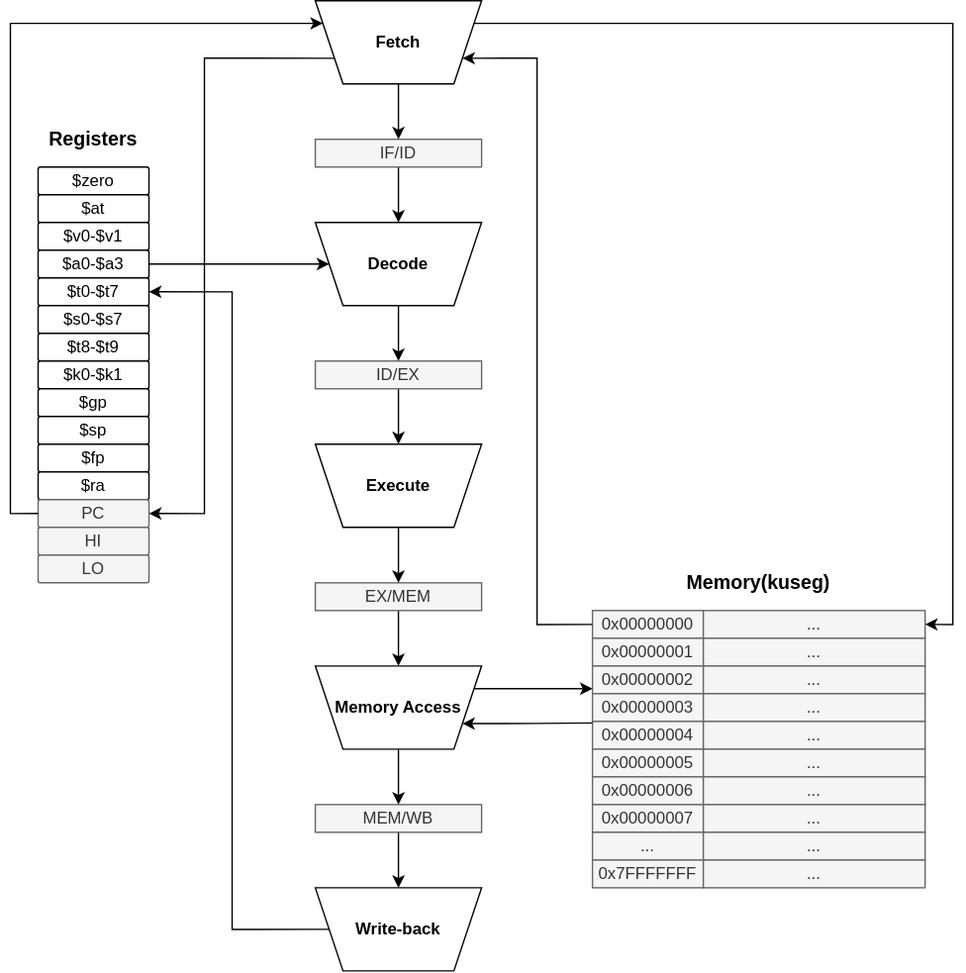
Before: MIPS-vm-v2.0/CPU.drawio.svg, a diagram exported from draw.io (mradrianhh/MIPS-vm). Source tidied: cells renumbered, new cells last; positions are measured from the earlier drawing's top-left corner, leaving out a move shared by most shapes. Its diagram source:
```xml
<mxGraphModel>
  <root>
    <mxCell id="0" />
    <mxCell id="1" parent="0" />
    <mxCell id="2" style="group;" parent="1" vertex="1">
      <mxGeometry x="400" y="400" width="240" height="240" as="geometry" />
    </mxCell>
    <mxCell id="3" style="group;" parent="2" vertex="1">
      <mxGeometry y="40" width="240" height="20" as="geometry" />
    </mxCell>
    <mxCell id="4" value="0x00000000" style="rounded=0;whiteSpace=wrap;html=1;fillColor=#f5f5f5;fontColor=#333333;strokeColor=#666666;" parent="3" vertex="1">
      <mxGeometry width="80" height="20" as="geometry" />
    </mxCell>
    <mxCell id="5" value="..." style="rounded=0;whiteSpace=wrap;html=1;fillColor=#f5f5f5;fontColor=#333333;strokeColor=#666666;" parent="3" vertex="1">
      <mxGeometry x="80" width="160" height="20" as="geometry" />
    </mxCell>
    <mxCell id="6" style="group;" parent="2" vertex="1">
      <mxGeometry y="60" width="240" height="20" as="geometry" />
    </mxCell>
    <mxCell id="7" value="0x00000001" style="rounded=0;whiteSpace=wrap;html=1;fillColor=#f5f5f5;fontColor=#333333;strokeColor=#666666;" parent="6" vertex="1">
      <mxGeometry width="80" height="20" as="geometry" />
    </mxCell>
    <mxCell id="8" value="..." style="rounded=0;whiteSpace=wrap;html=1;fillColor=#f5f5f5;fontColor=#333333;strokeColor=#666666;" parent="6" vertex="1">
      <mxGeometry x="80" width="160" height="20" as="geometry" />
    </mxCell>
    <mxCell id="9" style="group;" parent="2" vertex="1">
      <mxGeometry y="80" width="240" height="20" as="geometry" />
    </mxCell>
    <mxCell id="10" value="0x00000002" style="rounded=0;whiteSpace=wrap;html=1;fillColor=#f5f5f5;fontColor=#333333;strokeColor=#666666;" parent="9" vertex="1">
      <mxGeometry width="80" height="20" as="geometry" />
    </mxCell>
    <mxCell id="11" value="..." style="rounded=0;whiteSpace=wrap;html=1;fillColor=#f5f5f5;fontColor=#333333;strokeColor=#666666;" parent="9" vertex="1">
      <mxGeometry x="80" width="160" height="20" as="geometry" />
    </mxCell>
    <mxCell id="12" style="group;" parent="2" vertex="1">
      <mxGeometry y="100" width="240" height="20" as="geometry" />
    </mxCell>
    <mxCell id="13" value="0x00000003" style="rounded=0;whiteSpace=wrap;html=1;fillColor=#f5f5f5;fontColor=#333333;strokeColor=#666666;" parent="12" vertex="1">
      <mxGeometry width="80" height="20" as="geometry" />
    </mxCell>
    <mxCell id="14" value="..." style="rounded=0;whiteSpace=wrap;html=1;fillColor=#f5f5f5;fontColor=#333333;strokeColor=#666666;" parent="12" vertex="1">
      <mxGeometry x="80" width="160" height="20" as="geometry" />
    </mxCell>
    <mxCell id="15" style="group;" parent="2" vertex="1">
      <mxGeometry y="120" width="240" height="20" as="geometry" />
    </mxCell>
    <mxCell id="16" value="0x00000004" style="rounded=0;whiteSpace=wrap;html=1;fillColor=#f5f5f5;fontColor=#333333;strokeColor=#666666;" parent="15" vertex="1">
      <mxGeometry width="80" height="20" as="geometry" />
    </mxCell>
    <mxCell id="17" value="..." style="rounded=0;whiteSpace=wrap;html=1;fillColor=#f5f5f5;fontColor=#333333;strokeColor=#666666;" parent="15" vertex="1">
      <mxGeometry x="80" width="160" height="20" as="geometry" />
    </mxCell>
    <mxCell id="18" style="group;" parent="2" vertex="1">
      <mxGeometry y="140" width="240" height="20" as="geometry" />
    </mxCell>
    <mxCell id="19" value="0x00000005" style="rounded=0;whiteSpace=wrap;html=1;fillColor=#f5f5f5;fontColor=#333333;strokeColor=#666666;" parent="18" vertex="1">
      <mxGeometry width="80" height="20" as="geometry" />
    </mxCell>
    <mxCell id="20" value="..." style="rounded=0;whiteSpace=wrap;html=1;fillColor=#f5f5f5;fontColor=#333333;strokeColor=#666666;" parent="18" vertex="1">
      <mxGeometry x="80" width="160" height="20" as="geometry" />
    </mxCell>
    <mxCell id="21" style="group;" parent="2" vertex="1">
      <mxGeometry y="160" width="240" height="20" as="geometry" />
    </mxCell>
    <mxCell id="22" value="0x00000006" style="rounded=0;whiteSpace=wrap;html=1;fillColor=#f5f5f5;fontColor=#333333;strokeColor=#666666;" parent="21" vertex="1">
      <mxGeometry width="80" height="20" as="geometry" />
    </mxCell>
    <mxCell id="23" value="..." style="rounded=0;whiteSpace=wrap;html=1;fillColor=#f5f5f5;fontColor=#333333;strokeColor=#666666;" parent="21" vertex="1">
      <mxGeometry x="80" width="160" height="20" as="geometry" />
    </mxCell>
    <mxCell id="24" style="group;" parent="2" vertex="1">
      <mxGeometry y="180" width="240" height="20" as="geometry" />
    </mxCell>
    <mxCell id="25" value="0x00000007" style="rounded=0;whiteSpace=wrap;html=1;fillColor=#f5f5f5;fontColor=#333333;strokeColor=#666666;" parent="24" vertex="1">
      <mxGeometry width="80" height="20" as="geometry" />
    </mxCell>
    <mxCell id="26" value="..." style="rounded=0;whiteSpace=wrap;html=1;fillColor=#f5f5f5;fontColor=#333333;strokeColor=#666666;" parent="24" vertex="1">
      <mxGeometry x="80" width="160" height="20" as="geometry" />
    </mxCell>
    <mxCell id="27" style="group;" parent="2" vertex="1">
      <mxGeometry y="200" width="240" height="20" as="geometry" />
    </mxCell>
    <mxCell id="28" value="..." style="rounded=0;whiteSpace=wrap;html=1;fillColor=#f5f5f5;fontColor=#333333;strokeColor=#666666;" parent="27" vertex="1">
      <mxGeometry width="80" height="20" as="geometry" />
    </mxCell>
    <mxCell id="29" value="..." style="rounded=0;whiteSpace=wrap;html=1;fillColor=#f5f5f5;fontColor=#333333;strokeColor=#666666;" parent="27" vertex="1">
      <mxGeometry x="80" width="160" height="20" as="geometry" />
    </mxCell>
    <mxCell id="30" style="group;" parent="2" vertex="1">
      <mxGeometry y="220" width="240" height="20" as="geometry" />
    </mxCell>
    <mxCell id="31" value="0x7FFFFFFF" style="rounded=0;whiteSpace=wrap;html=1;fillColor=#f5f5f5;fontColor=#333333;strokeColor=#666666;" parent="30" vertex="1">
      <mxGeometry width="80" height="20" as="geometry" />
    </mxCell>
    <mxCell id="32" value="..." style="rounded=0;whiteSpace=wrap;html=1;fillColor=#f5f5f5;fontColor=#333333;strokeColor=#666666;" parent="30" vertex="1">
      <mxGeometry x="80" width="160" height="20" as="geometry" />
    </mxCell>
    <mxCell id="33" value="&lt;b&gt;&lt;font style=&quot;font-size: 14px;&quot;&gt;Memory(kuseg)&lt;/font&gt;&lt;/b&gt;" style="text;html=1;align=center;verticalAlign=middle;whiteSpace=wrap;rounded=0;" parent="2" vertex="1">
      <mxGeometry width="240" height="40" as="geometry" />
    </mxCell>
    <mxCell id="34" style="group;" parent="1" vertex="1">
      <mxGeometry y="80" width="80" height="340" as="geometry" />
    </mxCell>
    <mxCell id="35" value="$zero" style="rounded=1;whiteSpace=wrap;html=1;arcSize=8;" parent="34" vertex="1">
      <mxGeometry y="40" width="80" height="20" as="geometry" />
    </mxCell>
    <mxCell id="36" value="$at" style="rounded=1;whiteSpace=wrap;html=1;arcSize=8;" parent="34" vertex="1">
      <mxGeometry y="60" width="80" height="20" as="geometry" />
    </mxCell>
    <mxCell id="37" value="$v0-$v1" style="rounded=1;whiteSpace=wrap;html=1;arcSize=8;" parent="34" vertex="1">
      <mxGeometry y="80" width="80" height="20" as="geometry" />
    </mxCell>
    <mxCell id="38" value="$a0-$a3" style="rounded=1;whiteSpace=wrap;html=1;arcSize=8;" parent="34" vertex="1">
      <mxGeometry y="100" width="80" height="20" as="geometry" />
    </mxCell>
    <mxCell id="39" value="$t0-$t7" style="rounded=1;whiteSpace=wrap;html=1;arcSize=8;" parent="34" vertex="1">
      <mxGeometry y="120" width="80" height="20" as="geometry" />
    </mxCell>
    <mxCell id="40" value="$s0-$s7" style="rounded=1;whiteSpace=wrap;html=1;arcSize=8;" parent="34" vertex="1">
      <mxGeometry y="140" width="80" height="20" as="geometry" />
    </mxCell>
    <mxCell id="41" value="$t8-$t9" style="rounded=1;whiteSpace=wrap;html=1;arcSize=8;" parent="34" vertex="1">
      <mxGeometry y="160" width="80" height="20" as="geometry" />
    </mxCell>
    <mxCell id="42" value="$k0-$k1" style="rounded=1;whiteSpace=wrap;html=1;arcSize=8;" parent="34" vertex="1">
      <mxGeometry y="180" width="80" height="20" as="geometry" />
    </mxCell>
    <mxCell id="43" value="$gp" style="rounded=1;whiteSpace=wrap;html=1;arcSize=8;" parent="34" vertex="1">
      <mxGeometry y="200" width="80" height="20" as="geometry" />
    </mxCell>
    <mxCell id="44" value="$sp" style="rounded=1;whiteSpace=wrap;html=1;arcSize=8;" parent="34" vertex="1">
      <mxGeometry y="220" width="80" height="20" as="geometry" />
    </mxCell>
    <mxCell id="45" value="$fp" style="rounded=1;whiteSpace=wrap;html=1;arcSize=8;" parent="34" vertex="1">
      <mxGeometry y="240" width="80" height="20" as="geometry" />
    </mxCell>
    <mxCell id="46" value="$ra" style="rounded=1;whiteSpace=wrap;html=1;arcSize=8;" parent="34" vertex="1">
      <mxGeometry y="260" width="80" height="20" as="geometry" />
    </mxCell>
    <mxCell id="47" value="PC" style="rounded=1;whiteSpace=wrap;html=1;arcSize=8;fillColor=#f5f5f5;fontColor=#333333;strokeColor=#666666;" parent="34" vertex="1">
      <mxGeometry y="280" width="80" height="20" as="geometry" />
    </mxCell>
    <mxCell id="48" value="HI" style="rounded=1;whiteSpace=wrap;html=1;arcSize=8;fillColor=#f5f5f5;fontColor=#333333;strokeColor=#666666;" parent="34" vertex="1">
      <mxGeometry y="300" width="80" height="20" as="geometry" />
    </mxCell>
    <mxCell id="49" value="LO" style="rounded=1;whiteSpace=wrap;html=1;arcSize=8;fillColor=#f5f5f5;fontColor=#333333;strokeColor=#666666;" parent="34" vertex="1">
      <mxGeometry y="320" width="80" height="20" as="geometry" />
    </mxCell>
    <mxCell id="50" value="&lt;b&gt;&lt;font style=&quot;font-size: 14px;&quot;&gt;Registers&lt;/font&gt;&lt;/b&gt;" style="text;html=1;align=center;verticalAlign=middle;whiteSpace=wrap;rounded=0;" parent="34" vertex="1">
      <mxGeometry width="80" height="40" as="geometry" />
    </mxCell>
    <mxCell id="51" style="group;" parent="1" vertex="1">
      <mxGeometry x="200" width="120" height="700" as="geometry" />
    </mxCell>
    <mxCell id="52" style="edgeStyle=orthogonalEdgeStyle;rounded=0;jettySize=auto;html=1;exitX=0.5;exitY=1;exitDx=0;exitDy=0;entryX=0.5;entryY=0;entryDx=0;entryDy=0;" parent="51" edge="1" source="53" target="63">
      <mxGeometry relative="1" as="geometry" />
    </mxCell>
    <mxCell id="53" value="IF/ID" style="rounded=0;whiteSpace=wrap;html=1;fillColor=#f5f5f5;fontColor=#333333;strokeColor=#666666;rotation=0;" parent="51" vertex="1">
      <mxGeometry y="100" width="120" height="20" as="geometry" />
    </mxCell>
    <mxCell id="54" style="edgeStyle=orthogonalEdgeStyle;rounded=0;jettySize=auto;html=1;exitX=0.5;exitY=1;exitDx=0;exitDy=0;entryX=0.5;entryY=0;entryDx=0;entryDy=0;" parent="51" edge="1" source="55" target="65">
      <mxGeometry relative="1" as="geometry" />
    </mxCell>
    <mxCell id="55" value="ID/EX" style="rounded=0;whiteSpace=wrap;html=1;fillColor=#f5f5f5;fontColor=#333333;strokeColor=#666666;rotation=0;" parent="51" vertex="1">
      <mxGeometry y="260" width="120" height="20" as="geometry" />
    </mxCell>
    <mxCell id="56" style="edgeStyle=orthogonalEdgeStyle;rounded=0;jettySize=auto;html=1;exitX=0.5;exitY=1;exitDx=0;exitDy=0;entryX=0.5;entryY=0;entryDx=0;entryDy=0;" parent="51" edge="1" source="57" target="69">
      <mxGeometry relative="1" as="geometry" />
    </mxCell>
    <mxCell id="57" value="EX/MEM" style="rounded=0;whiteSpace=wrap;html=1;fillColor=#f5f5f5;fontColor=#333333;strokeColor=#666666;rotation=0;" parent="51" vertex="1">
      <mxGeometry y="420" width="120" height="20" as="geometry" />
    </mxCell>
    <mxCell id="58" style="edgeStyle=orthogonalEdgeStyle;rounded=0;jettySize=auto;html=1;exitX=0.5;exitY=1;exitDx=0;exitDy=0;entryX=0.5;entryY=0;entryDx=0;entryDy=0;" parent="51" edge="1" source="59" target="70">
      <mxGeometry relative="1" as="geometry" />
    </mxCell>
    <mxCell id="59" value="MEM/WB" style="rounded=0;whiteSpace=wrap;html=1;fillColor=#f5f5f5;fontColor=#333333;strokeColor=#666666;rotation=0;" parent="51" vertex="1">
      <mxGeometry y="580" width="120" height="20" as="geometry" />
    </mxCell>
    <mxCell id="60" style="edgeStyle=orthogonalEdgeStyle;rounded=0;jettySize=auto;html=1;exitX=0.5;exitY=1;exitDx=0;exitDy=0;entryX=0.5;entryY=0;entryDx=0;entryDy=0;" parent="51" edge="1" source="61" target="53">
      <mxGeometry relative="1" as="geometry" />
    </mxCell>
    <mxCell id="61" value="&lt;b&gt;Fetch&lt;/b&gt;" style="shape=trapezoid;perimeter=trapezoidPerimeter;whiteSpace=wrap;html=1;fixedSize=1;flipV=1;" parent="51" vertex="1">
      <mxGeometry width="120" height="60" as="geometry" />
    </mxCell>
    <mxCell id="62" style="edgeStyle=orthogonalEdgeStyle;rounded=0;jettySize=auto;html=1;exitX=0.5;exitY=1;exitDx=0;exitDy=0;entryX=0.5;entryY=0;entryDx=0;entryDy=0;" parent="51" edge="1" source="63" target="55">
      <mxGeometry relative="1" as="geometry" />
    </mxCell>
    <mxCell id="63" value="&lt;b&gt;Decode&lt;/b&gt;" style="shape=trapezoid;perimeter=trapezoidPerimeter;whiteSpace=wrap;html=1;fixedSize=1;flipV=1;" parent="51" vertex="1">
      <mxGeometry y="160" width="120" height="60" as="geometry" />
    </mxCell>
    <mxCell id="64" style="edgeStyle=orthogonalEdgeStyle;rounded=0;jettySize=auto;html=1;exitX=0.5;exitY=1;exitDx=0;exitDy=0;entryX=0.5;entryY=0;entryDx=0;entryDy=0;" parent="51" edge="1" source="65" target="57">
      <mxGeometry relative="1" as="geometry" />
    </mxCell>
    <mxCell id="65" value="&lt;b&gt;Execute&lt;/b&gt;" style="shape=trapezoid;perimeter=trapezoidPerimeter;whiteSpace=wrap;html=1;fixedSize=1;flipV=1;" parent="51" vertex="1">
      <mxGeometry y="320" width="120" height="60" as="geometry" />
    </mxCell>
    <mxCell id="66" style="edgeStyle=orthogonalEdgeStyle;rounded=0;jettySize=auto;html=1;exitX=0.5;exitY=1;exitDx=0;exitDy=0;entryX=0.5;entryY=0;entryDx=0;entryDy=0;" parent="51" edge="1" source="69" target="59">
      <mxGeometry relative="1" as="geometry" />
    </mxCell>
    <mxCell id="67" style="edgeStyle=orthogonalEdgeStyle;rounded=0;jettySize=auto;html=1;exitX=1;exitY=0.25;exitDx=0;exitDy=0;" parent="51" edge="1" source="69">
      <mxGeometry relative="1" as="geometry">
        <mxPoint x="200" y="496.4" as="targetPoint" />
      </mxGeometry>
    </mxCell>
    <mxCell id="68" style="edgeStyle=orthogonalEdgeStyle;rounded=0;jettySize=auto;html=1;exitX=1;exitY=0.75;exitDx=0;exitDy=0;startArrow=classic;startFill=1;endArrow=none;endFill=0;" parent="51" edge="1" source="69">
      <mxGeometry relative="1" as="geometry">
        <mxPoint x="200" y="521.1" as="targetPoint" />
      </mxGeometry>
    </mxCell>
    <mxCell id="69" value="&lt;b&gt;Memory Access&lt;/b&gt;" style="shape=trapezoid;perimeter=trapezoidPerimeter;whiteSpace=wrap;html=1;fixedSize=1;flipV=1;" parent="51" vertex="1">
      <mxGeometry y="480" width="120" height="60" as="geometry" />
    </mxCell>
    <mxCell id="70" value="&lt;b&gt;Write-back&lt;/b&gt;" style="shape=trapezoid;perimeter=trapezoidPerimeter;whiteSpace=wrap;html=1;fixedSize=1;flipV=1;" parent="51" vertex="1">
      <mxGeometry y="640" width="120" height="60" as="geometry" />
    </mxCell>
    <mxCell id="71" style="edgeStyle=orthogonalEdgeStyle;rounded=0;jettySize=auto;html=1;exitX=0;exitY=0.5;exitDx=0;exitDy=0;entryX=1;entryY=0.5;entryDx=0;entryDy=0;startArrow=classic;startFill=1;endArrow=none;endFill=0;" parent="1" edge="1" source="63" target="38">
      <mxGeometry relative="1" as="geometry" />
    </mxCell>
    <mxCell id="72" style="edgeStyle=orthogonalEdgeStyle;rounded=0;jettySize=auto;html=1;exitX=0;exitY=0.5;exitDx=0;exitDy=0;entryX=1;entryY=0.5;entryDx=0;entryDy=0;" parent="1" edge="1" source="70" target="39">
      <mxGeometry relative="1" as="geometry" />
    </mxCell>
    <mxCell id="73" style="edgeStyle=orthogonalEdgeStyle;rounded=0;jettySize=auto;html=1;exitX=0;exitY=0.25;exitDx=0;exitDy=0;entryX=0;entryY=0.5;entryDx=0;entryDy=0;startArrow=classic;startFill=1;endArrow=none;endFill=0;" parent="1" edge="1" source="61" target="47">
      <mxGeometry relative="1" as="geometry" />
    </mxCell>
    <mxCell id="74" style="edgeStyle=orthogonalEdgeStyle;rounded=0;jettySize=auto;html=1;exitX=0;exitY=0.75;exitDx=0;exitDy=0;entryX=1;entryY=0.5;entryDx=0;entryDy=0;" parent="1" edge="1" source="61" target="47">
      <mxGeometry relative="1" as="geometry">
        <Array as="points">
          <mxPoint x="120" y="42" />
          <mxPoint x="120" y="370" />
        </Array>
      </mxGeometry>
    </mxCell>
    <mxCell id="75" style="edgeStyle=orthogonalEdgeStyle;rounded=0;jettySize=auto;html=1;exitX=1;exitY=0.25;exitDx=0;exitDy=0;entryX=1;entryY=0.5;entryDx=0;entryDy=0;" parent="1" edge="1" source="61" target="5">
      <mxGeometry relative="1" as="geometry" />
    </mxCell>
    <mxCell id="76" style="edgeStyle=orthogonalEdgeStyle;rounded=0;jettySize=auto;html=1;exitX=1;exitY=0.75;exitDx=0;exitDy=0;entryX=0;entryY=0.5;entryDx=0;entryDy=0;startArrow=classic;startFill=1;endArrow=none;endFill=0;" parent="1" edge="1" source="61" target="4">
      <mxGeometry relative="1" as="geometry" />
    </mxCell>
  </root>
</mxGraphModel>
```
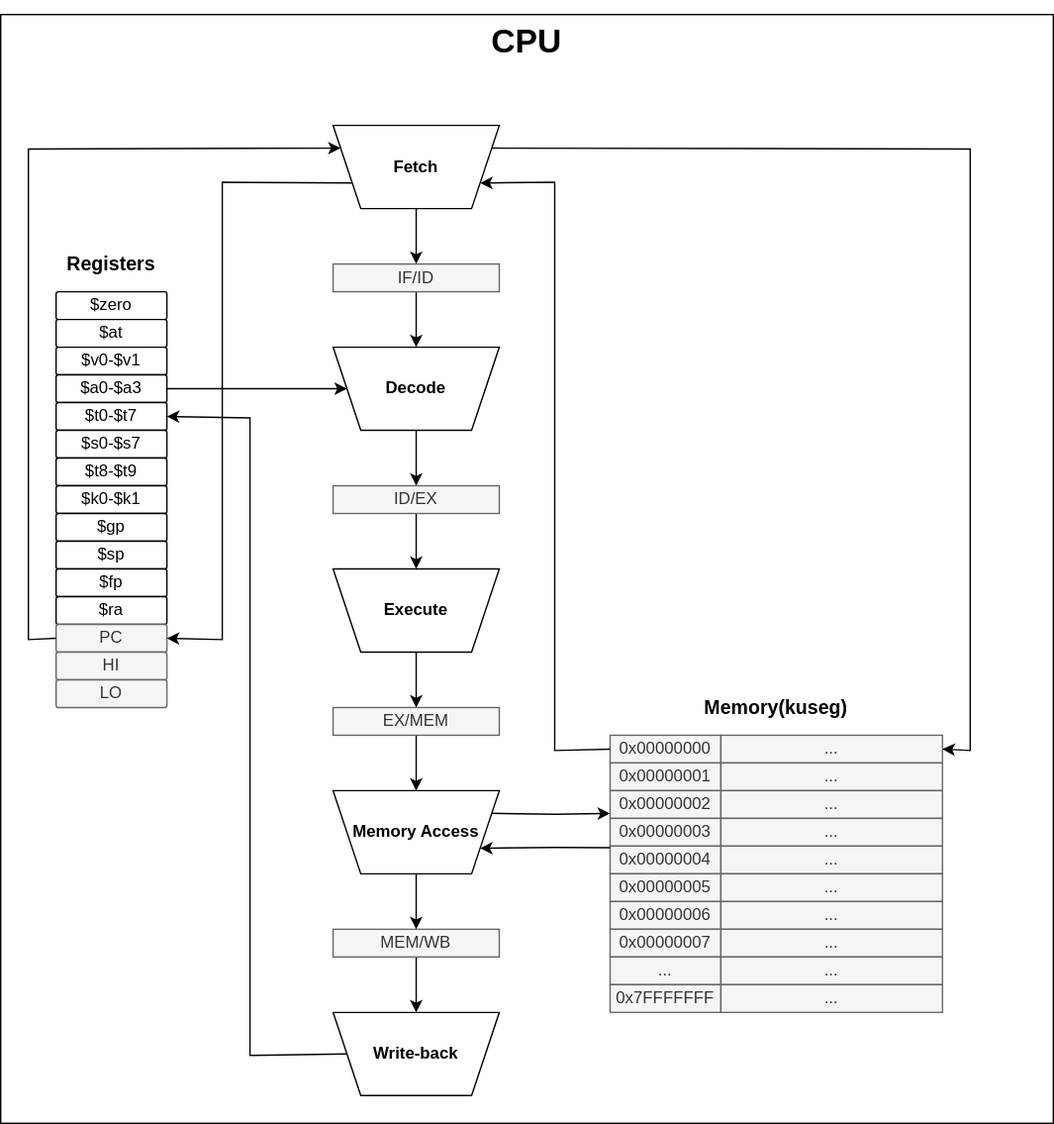
The same diagram one commit later.

The edit, as a diff of the source:
```diff
@@ -2,6 +2,9 @@
   <root>
     <mxCell id="0" />
     <mxCell id="1" parent="0" />
+    <mxCell id="77" style="rounded=0;whiteSpace=wrap;html=1;" parent="1" vertex="1">
+      <mxGeometry x="-40" y="-80" width="760" height="800" as="geometry" />
+    </mxCell>
     <mxCell id="2" style="group;" parent="1" vertex="1">
       <mxGeometry x="400" y="400" width="240" height="240" as="geometry" />
     </mxCell>
@@ -236,5 +239,8 @@
     <mxCell id="76" style="edgeStyle=orthogonalEdgeStyle;rounded=0;jettySize=auto;html=1;exitX=1;exitY=0.75;exitDx=0;exitDy=0;entryX=0;entryY=0.5;entryDx=0;entryDy=0;startArrow=classic;startFill=1;endArrow=none;endFill=0;" parent="1" edge="1" source="61" target="4">
       <mxGeometry relative="1" as="geometry" />
     </mxCell>
+    <mxCell id="78" value="&lt;h1&gt;CPU&lt;/h1&gt;" style="text;html=1;align=center;verticalAlign=middle;whiteSpace=wrap;rounded=0;" parent="1" vertex="1">
+      <mxGeometry x="-40" y="-80" width="760" height="40" as="geometry" />
+    </mxCell>
   </root>
 </mxGraphModel>
```
